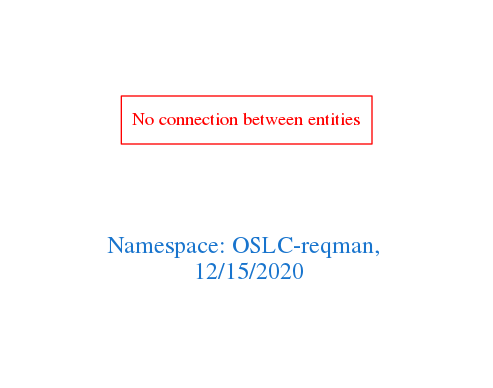
This is downloads/OSLC-reqman.png from arago/OGIT, a Graphviz export, as it was before one commit. Its source is kept beside it as downloads/OSLC-reqman.dot. Its diagram source:
```dot
digraph OGIT_ontology {
 graph [ rankdir= LR,pad=1
fontsize = 18,
fontcolor= dodgerblue3,label = "\n\n\nNamespace: OSLC-reqman, \n 12/15/2020"];
node[shape=polygon];
edge [  color="gray81"];

"No connection between entities" [fontcolor = "red",color="red", shape="polygon"]
}
```
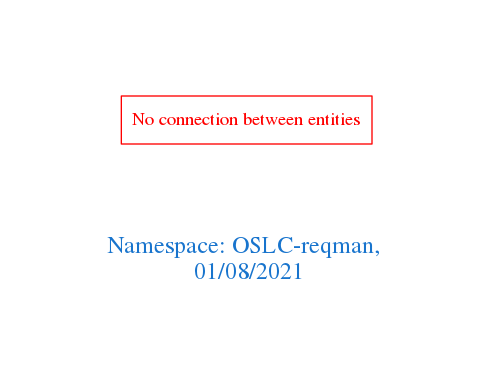
Later version of the same file.

What changed in the source:
```diff
@@ -1,7 +1,7 @@
 digraph OGIT_ontology {
  graph [ rankdir= LR,pad=1
 fontsize = 18,
-fontcolor= dodgerblue3,label = "\n\n\nNamespace: OSLC-reqman, \n 12/15/2020"];
+fontcolor= dodgerblue3,label = "\n\n\nNamespace: OSLC-reqman, \n 01/08/2021"];
 node[shape=polygon];
 edge [  color="gray81"];
 
```
